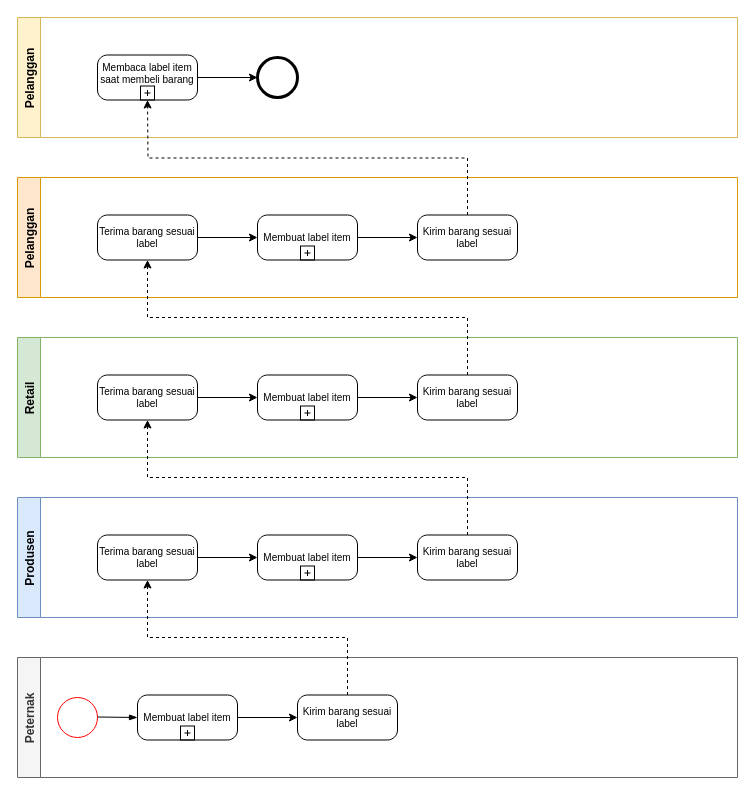
Earlier version of the draw.io diagram BPMN_Ternak(Produce).drawio (hanggaa/Diagram). Source tidied: cells renumbered, new cells numbered last; positions are measured from the earlier drawing's top-left corner, leaving out a move shared by most shapes. Both pictures are drawn from the tidied source at 100%, with x=0, y=0 at pixel (17, 17).
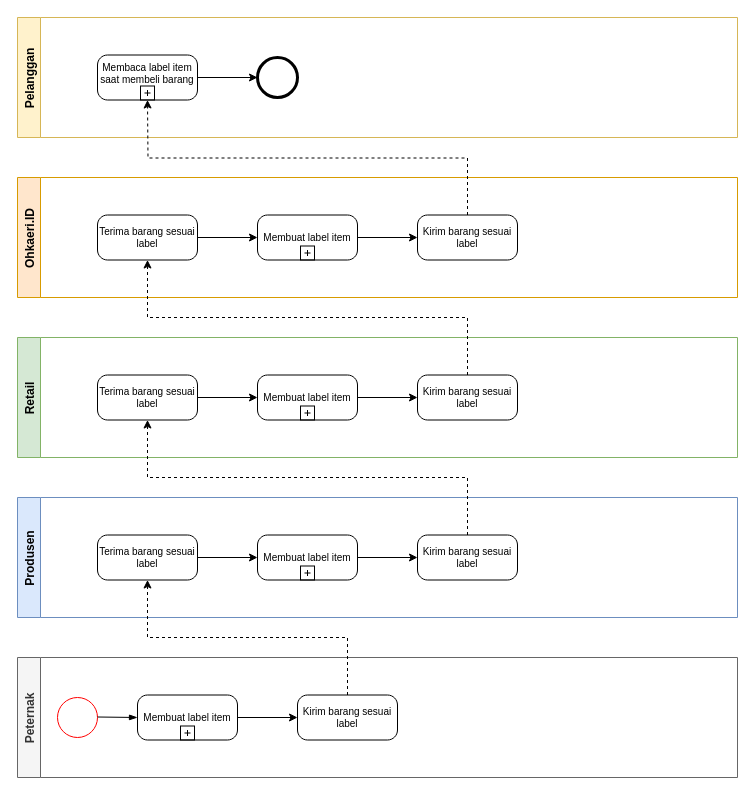
After the change.

Diff of the diagram source:
```diff
@@
-    <mxCell id="14" value="Pelanggan" style="swimlane;horizontal=0;startSize=23;fillColor=#ffe6cc;strokeColor=#d79b00;" parent="1" vertex="1">
+    <mxCell id="14" value="Ohkaeri.ID" style="swimlane;horizontal=0;startSize=23;fillColor=#ffe6cc;strokeColor=#d79b00;" parent="1" vertex="1">
       <mxGeometry y="160" width="720" height="120" as="geometry" />
     </mxCell>
```
